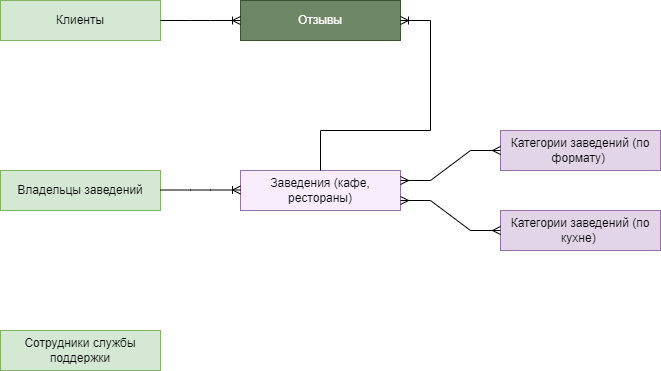
The draw.io diagram Диаграмма без названия.drawio.png in nastyakaraman/system-analysis, before a commit. Source tidied: cells renumbered, new cells last; positions are measured from the earlier drawing's top-left corner, leaving out a move shared by most shapes.
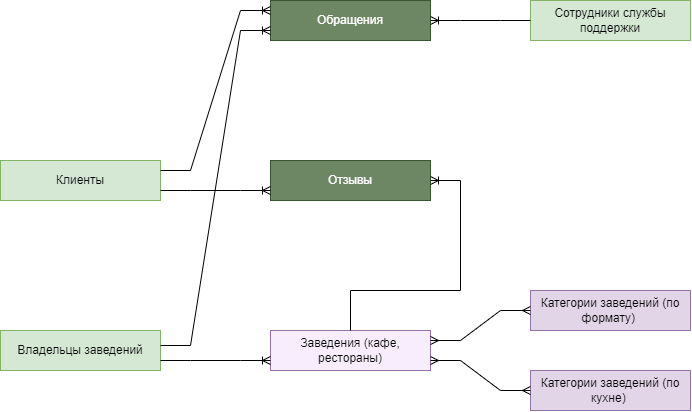
The same file after the commit.

Commit message:
добавлена сущность "Обращения"

The edit, as a diff of the source:
```diff
@@ -3,10 +3,10 @@
     <mxCell id="0" />
     <mxCell id="1" parent="0" />
     <mxCell id="2" value="Клиенты" style="whiteSpace=wrap;html=1;align=center;fillColor=#d5e8d4;strokeColor=#82b366;" parent="1" vertex="1">
-      <mxGeometry width="160" height="40" as="geometry" />
+      <mxGeometry x="-30" width="160" height="40" as="geometry" />
     </mxCell>
     <mxCell id="3" value="Владельцы заведений" style="whiteSpace=wrap;html=1;align=center;fillColor=#d5e8d4;strokeColor=#82b366;" parent="1" vertex="1">
-      <mxGeometry y="170" width="160" height="40" as="geometry" />
+      <mxGeometry x="-30" y="170" width="160" height="40" as="geometry" />
     </mxCell>
     <mxCell id="4" value="Заведения (кафе, рестораны)" style="whiteSpace=wrap;html=1;align=center;fillColor=#f8edfd;strokeColor=#9673a6;" parent="1" vertex="1">
       <mxGeometry x="240" y="170" width="160" height="40" as="geometry" />
@@ -18,7 +18,7 @@
       <mxGeometry x="500" y="210" width="160" height="40" as="geometry" />
     </mxCell>
     <mxCell id="7" value="Сотрудники службы поддержки" style="whiteSpace=wrap;html=1;align=center;fillColor=#d5e8d4;strokeColor=#82b366;" parent="1" vertex="1">
-      <mxGeometry y="330" width="160" height="40" as="geometry" />
+      <mxGeometry x="500" y="-160" width="160" height="40" as="geometry" />
     </mxCell>
     <mxCell id="8" style="edgeStyle=entityRelationEdgeStyle;fontSize=12;html=1;endArrow=ERmany;startArrow=ERmany;rounded=0;exitX=1;exitY=0.25;exitDx=0;exitDy=0;exitPerimeter=0;entryX=0;entryY=0.5;entryDx=0;entryDy=0;" parent="1" edge="1" source="4" target="5">
       <mxGeometry relative="1" as="geometry" />
@@ -29,13 +29,10 @@
     <mxCell id="10" value="Отзывы" style="whiteSpace=wrap;html=1;align=center;fillColor=#6d8764;strokeColor=#3A5431;fontColor=#ffffff;" parent="1" vertex="1">
       <mxGeometry x="240" width="160" height="40" as="geometry" />
     </mxCell>
-    <mxCell id="11" style="edgeStyle=entityRelationEdgeStyle;fontSize=12;html=1;endArrow=ERoneToMany;rounded=0;entryX=0;entryY=0.5;entryDx=0;entryDy=0;" parent="1" edge="1">
-      <mxGeometry relative="1" as="geometry">
-        <mxPoint x="160" y="189.5" as="sourcePoint" />
-        <mxPoint x="240" y="189.5" as="targetPoint" />
-      </mxGeometry>
+    <mxCell id="11" style="edgeStyle=entityRelationEdgeStyle;fontSize=12;html=1;endArrow=ERoneToMany;rounded=0;entryX=0;entryY=0.75;entryDx=0;entryDy=0;exitX=1;exitY=0.75;exitDx=0;exitDy=0;" parent="1" edge="1" source="3" target="4">
+      <mxGeometry relative="1" as="geometry" />
     </mxCell>
-    <mxCell id="12" style="edgeStyle=entityRelationEdgeStyle;fontSize=12;html=1;endArrow=ERoneToMany;rounded=0;exitX=1;exitY=0.5;exitDx=0;exitDy=0;entryX=0;entryY=0.5;entryDx=0;entryDy=0;" parent="1" edge="1" source="2" target="10">
+    <mxCell id="12" style="edgeStyle=entityRelationEdgeStyle;fontSize=12;html=1;endArrow=ERoneToMany;rounded=0;exitX=1;exitY=0.75;exitDx=0;exitDy=0;entryX=0;entryY=0.75;entryDx=0;entryDy=0;" parent="1" edge="1" source="2" target="10">
       <mxGeometry relative="1" as="geometry" />
     </mxCell>
     <mxCell id="13" style="edgeStyle=entityRelationEdgeStyle;fontSize=12;html=1;endArrow=ERoneToMany;rounded=0;" parent="1" edge="1" target="10">
@@ -48,5 +45,19 @@
         <mxPoint x="320" y="130" as="targetPoint" />
       </mxGeometry>
     </mxCell>
+    <mxCell id="15" value="Обращения" style="whiteSpace=wrap;html=1;align=center;fillColor=#6d8764;strokeColor=#3A5431;fontColor=#ffffff;" parent="1" vertex="1">
+      <mxGeometry x="240" y="-160" width="160" height="40" as="geometry" />
+    </mxCell>
+    <mxCell id="16" style="edgeStyle=entityRelationEdgeStyle;fontSize=12;html=1;endArrow=ERoneToMany;rounded=0;exitX=0;exitY=0.5;exitDx=0;exitDy=0;entryX=1;entryY=0.5;entryDx=0;entryDy=0;" parent="1" edge="1" source="7" target="15">
+      <mxGeometry relative="1" as="geometry" />
+    </mxCell>
+    <mxCell id="17" style="edgeStyle=entityRelationEdgeStyle;fontSize=12;html=1;endArrow=ERoneToMany;rounded=0;entryX=0;entryY=0.25;entryDx=0;entryDy=0;exitX=1;exitY=0.25;exitDx=0;exitDy=0;" parent="1" edge="1" source="2" target="15">
+      <mxGeometry relative="1" as="geometry" />
+    </mxCell>
+    <mxCell id="18" style="edgeStyle=entityRelationEdgeStyle;fontSize=12;html=1;endArrow=ERoneToMany;rounded=0;entryX=0;entryY=0.75;entryDx=0;entryDy=0;" parent="1" edge="1" target="15">
+      <mxGeometry relative="1" as="geometry">
+        <mxPoint x="130" y="185" as="sourcePoint" />
+      </mxGeometry>
+    </mxCell>
   </root>
 </mxGraphModel>
```
